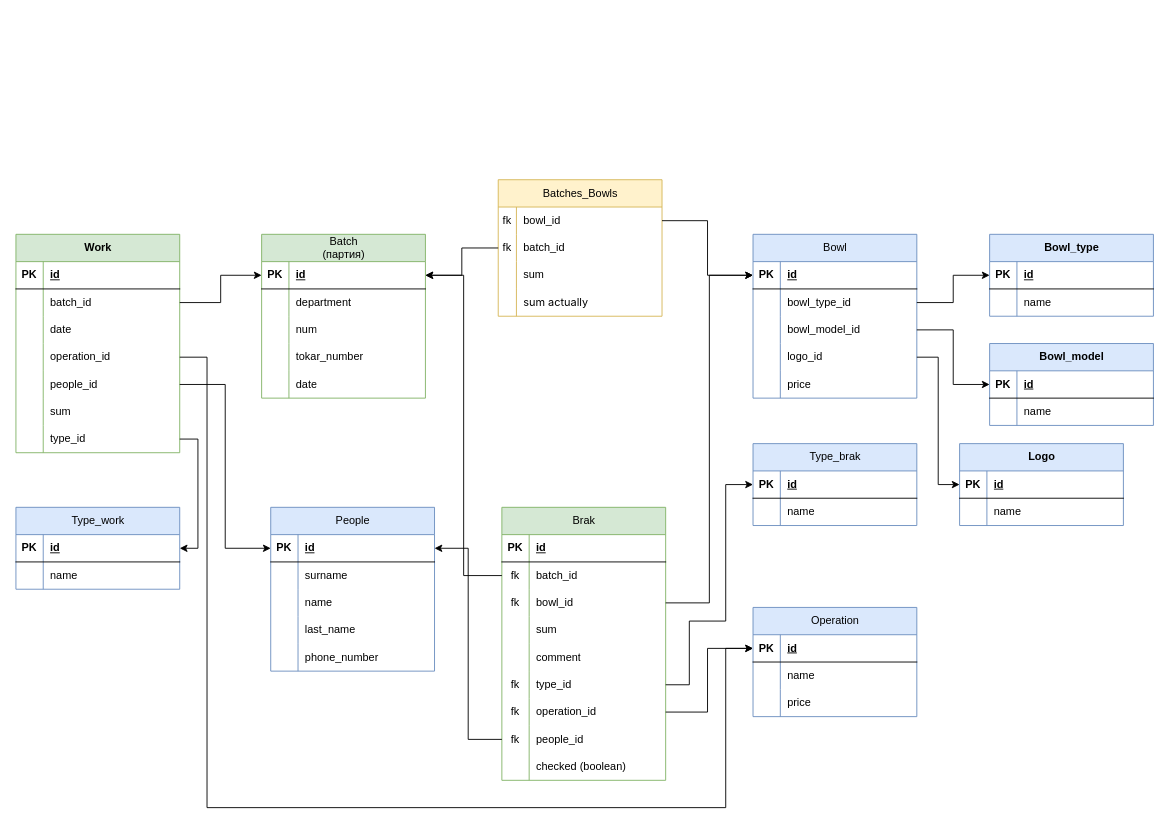
Before: CosmoCRM.drawio in OGdanik/db_diagrams, a draw.io diagram. Source tidied: cells renumbered, new cells numbered last; positions are measured from the earlier drawing's top-left corner, leaving out a move shared by most shapes. Both pictures are drawn from the tidied source at 91%, with x=0, y=0 at pixel (15, 179).
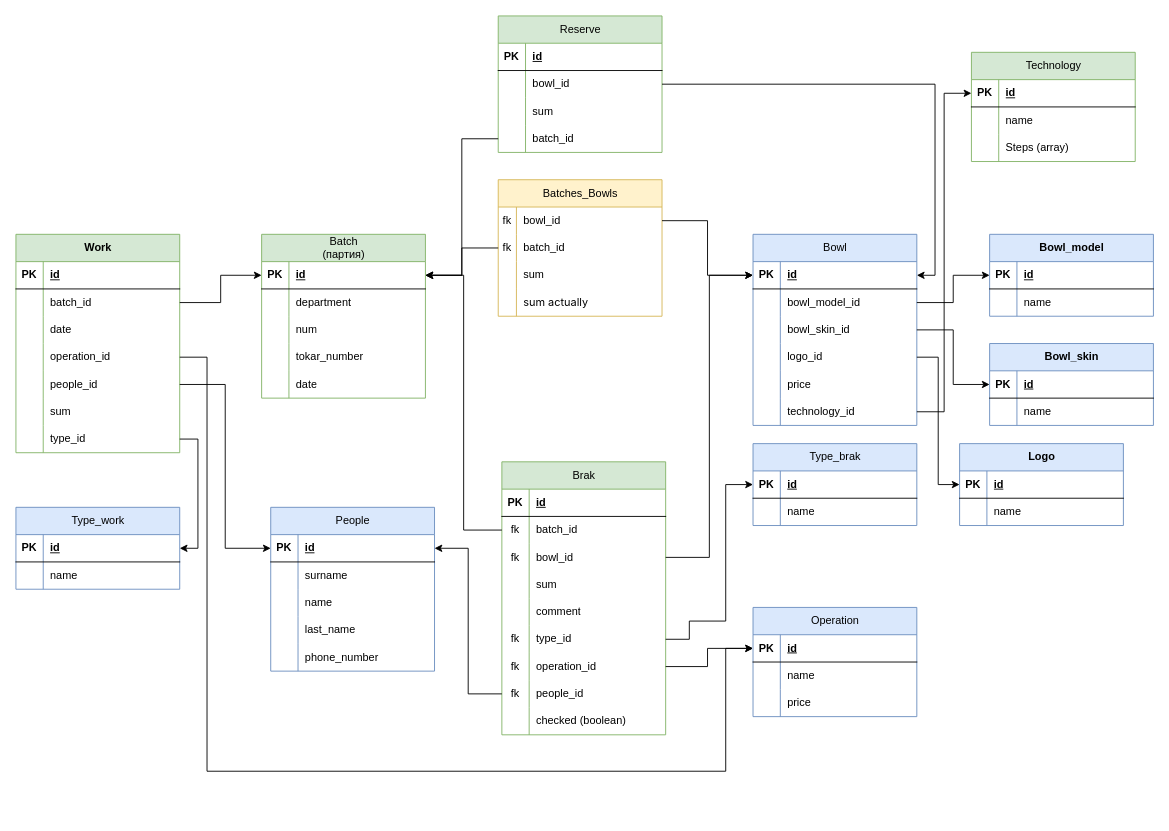
The same diagram, later.

Unchanged cells that the change refers to:
```xml
<mxCell id="3" style="shape=tableRow;horizontal=0;startSize=0;swimlaneHead=0;swimlaneBody=0;fillColor=none;points=[[0,0.5],[1,0.5]];portConstraint=eastwest;top=0;left=0;right=0;bottom=1;" parent="2" vertex="1">
  <mxGeometry y="30" width="180" height="30" as="geometry" />
</mxCell>
<mxCell id="32" style="shape=tableRow;horizontal=0;startSize=0;swimlaneHead=0;swimlaneBody=0;fillColor=none;points=[[0,0.5],[1,0.5]];portConstraint=eastwest;top=0;left=0;right=0;bottom=1;" parent="31" vertex="1">
  <mxGeometry y="30" width="180" height="30" as="geometry" />
</mxCell>
<mxCell id="35" style="shape=tableRow;horizontal=0;startSize=0;swimlaneHead=0;swimlaneBody=0;fillColor=none;points=[[0,0.5],[1,0.5]];portConstraint=eastwest;top=0;left=0;right=0;bottom=0;" parent="31" vertex="1">
  <mxGeometry y="60" width="180" height="30" as="geometry" />
</mxCell>
<mxCell id="38" style="shape=tableRow;horizontal=0;startSize=0;swimlaneHead=0;swimlaneBody=0;fillColor=none;points=[[0,0.5],[1,0.5]];portConstraint=eastwest;top=0;left=0;right=0;bottom=0;" parent="31" vertex="1">
  <mxGeometry y="90" width="180" height="30" as="geometry" />
</mxCell>
<mxCell id="65" style="shape=tableRow;horizontal=0;startSize=0;swimlaneHead=0;swimlaneBody=0;fillColor=none;points=[[0,0.5],[1,0.5]];portConstraint=eastwest;top=0;left=0;right=0;bottom=0;" parent="49" vertex="1">
  <mxGeometry y="180" width="180" height="30" as="geometry" />
</mxCell>
<mxCell id="68" style="shape=tableRow;horizontal=0;startSize=0;swimlaneHead=0;swimlaneBody=0;fillColor=none;points=[[0,0.5],[1,0.5]];portConstraint=eastwest;top=0;left=0;right=0;bottom=0;" parent="49" vertex="1">
  <mxGeometry y="210" width="180" height="30" as="geometry" />
</mxCell>
<mxCell id="80" style="shape=tableRow;horizontal=0;startSize=0;swimlaneHead=0;swimlaneBody=0;fillColor=none;points=[[0,0.5],[1,0.5]];portConstraint=eastwest;top=0;left=0;right=0;bottom=1;" parent="79" vertex="1">
  <mxGeometry y="30" width="180" height="30" as="geometry" />
</mxCell>
<mxCell id="108" style="shape=tableRow;horizontal=0;startSize=0;swimlaneHead=0;swimlaneBody=0;fillColor=none;points=[[0,0.5],[1,0.5]];portConstraint=eastwest;top=0;left=0;right=0;bottom=1;" parent="107" vertex="1">
  <mxGeometry y="30" width="180" height="30" as="geometry" />
</mxCell>
<mxCell id="125" style="shape=tableRow;horizontal=0;startSize=0;swimlaneHead=0;swimlaneBody=0;fillColor=none;points=[[0,0.5],[1,0.5]];portConstraint=eastwest;top=0;left=0;right=0;bottom=0;" parent="115" vertex="1">
  <mxGeometry y="120" width="180" height="30" as="geometry" />
</mxCell>
```

The edit, as a diff of the source:
```diff
@@
     <mxCell id="31" value="&lt;span style=&quot;font-weight: 400; text-wrap: wrap;&quot;&gt;Bowl&lt;/span&gt;" style="shape=table;startSize=30;childLayout=tableLayout;rowLines=0;fontStyle=1;align=center;html=1;fillColor=#dae8fc;strokeColor=#6c8ebf;" parent="1" vertex="1">
-      <mxGeometry x="810" y="60" width="180" height="180" as="geometry" />
+      <mxGeometry x="810" y="60" width="180" height="210" as="geometry" />
     </mxCell>
@@
-    <mxCell id="37" value="bowl_type_id" style="shape=partialRectangle;fillColor=none;top=0;left=0;bottom=0;right=0;align=left;spacingLeft=6;overflow=hidden;whiteSpace=wrap;html=1;" parent="35" vertex="1">
+    <mxCell id="37" value="bowl_model_id" style="shape=partialRectangle;fillColor=none;top=0;left=0;bottom=0;right=0;align=left;spacingLeft=6;overflow=hidden;whiteSpace=wrap;html=1;" parent="35" vertex="1">
       <mxGeometry x="30" width="150" height="30" as="geometry" />
     </mxCell>
@@
-    <mxCell id="40" value="bowl_model_id" style="shape=partialRectangle;fillColor=none;top=0;left=0;bottom=0;right=0;align=left;spacingLeft=6;overflow=hidden;whiteSpace=wrap;html=1;" parent="38" vertex="1">
+    <mxCell id="40" value="bowl_skin_id" style="shape=partialRectangle;fillColor=none;top=0;left=0;bottom=0;right=0;align=left;spacingLeft=6;overflow=hidden;whiteSpace=wrap;html=1;" parent="38" vertex="1">
       <mxGeometry x="30" width="150" height="30" as="geometry" />
     </mxCell>
@@
+    <mxCell id="172" style="shape=tableRow;horizontal=0;startSize=0;swimlaneHead=0;swimlaneBody=0;fillColor=none;top=0;left=0;right=0;bottom=0;" parent="31" vertex="1">
+      <mxGeometry y="150" width="180" height="30" as="geometry" />
+    </mxCell>
+    <mxCell id="173" style="shape=partialRectangle;fillColor=none;top=0;left=0;bottom=0;right=0;overflow=hidden;whiteSpace=wrap;html=1;" parent="172" vertex="1">
+      <mxGeometry width="30" height="30" as="geometry" />
+    </mxCell>
+    <mxCell id="174" value="price" style="shape=partialRectangle;fillColor=none;top=0;left=0;bottom=0;right=0;align=left;spacingLeft=6;overflow=hidden;whiteSpace=wrap;html=1;" parent="172" vertex="1">
+      <mxGeometry x="30" width="150" height="30" as="geometry" />
+    </mxCell>
     <mxCell id="44" style="shape=tableRow;horizontal=0;startSize=0;swimlaneHead=0;swimlaneBody=0;fillColor=none;points=[[0,0.5],[1,0.5]];portConstraint=eastwest;top=0;left=0;right=0;bottom=0;" parent="31" vertex="1">
-      <mxGeometry y="150" width="180" height="30" as="geometry" />
+      <mxGeometry y="180" width="180" height="30" as="geometry" />
     </mxCell>
@@
-    <mxCell id="46" value="price" style="shape=partialRectangle;fillColor=none;top=0;left=0;bottom=0;right=0;align=left;spacingLeft=6;overflow=hidden;whiteSpace=wrap;html=1;" parent="44" vertex="1">
+    <mxCell id="46" value="technology_id" style="shape=partialRectangle;fillColor=none;top=0;left=0;bottom=0;right=0;align=left;spacingLeft=6;overflow=hidden;whiteSpace=wrap;html=1;" parent="44" vertex="1">
       <mxGeometry x="30" width="150" height="30" as="geometry" />
     </mxCell>
@@
     <mxCell id="49" value="&lt;span style=&quot;font-weight: 400; text-wrap: wrap;&quot;&gt;Brak&lt;/span&gt;" style="shape=table;startSize=30;childLayout=tableLayout;rowLines=0;fontStyle=1;align=center;html=1;fillColor=#d5e8d4;strokeColor=#82b366;" parent="1" vertex="1">
-      <mxGeometry x="534" y="360" width="180" height="300" as="geometry" />
+      <mxGeometry x="534" y="310" width="180" height="300" as="geometry" />
     </mxCell>
@@
     <mxCell id="89" style="edgeStyle=orthogonalEdgeStyle;rounded=0;jettySize=auto;html=1;exitX=1;exitY=0.5;exitDx=0;exitDy=0;entryX=0;entryY=0.5;entryDx=0;entryDy=0;" parent="1" edge="1" source="68" target="80">
       <mxGeometry relative="1" as="geometry">
         <Array as="points">
-          <mxPoint x="760" y="585" />
+          <mxPoint x="760" y="535" />
           <mxPoint x="760" y="515" />
         </Array>
       </mxGeometry>
     </mxCell>
@@
     <mxCell id="114" style="edgeStyle=orthogonalEdgeStyle;rounded=0;jettySize=auto;html=1;entryX=0;entryY=0.5;entryDx=0;entryDy=0;exitX=1;exitY=0.5;exitDx=0;exitDy=0;" parent="1" edge="1" source="65" target="108">
       <mxGeometry relative="1" as="geometry">
         <Array as="points">
-          <mxPoint x="740" y="555" />
+          <mxPoint x="740" y="505" />
           <mxPoint x="740" y="485" />
           <mxPoint x="780" y="485" />
           <mxPoint x="780" y="335" />
         </Array>
       </mxGeometry>
     </mxCell>
@@
     <mxCell id="138" style="edgeStyle=orthogonalEdgeStyle;rounded=0;jettySize=auto;html=1;entryX=0;entryY=0.5;entryDx=0;entryDy=0;exitX=1;exitY=0.5;exitDx=0;exitDy=0;" parent="1" edge="1" source="125" target="80">
       <mxGeometry relative="1" as="geometry">
         <Array as="points">
           <mxPoint x="210" y="195" />
-          <mxPoint x="210" y="690" />
-          <mxPoint x="780" y="690" />
+          <mxPoint x="210" y="650" />
+          <mxPoint x="780" y="650" />
           <mxPoint x="780" y="515" />
         </Array>
       </mxGeometry>
     </mxCell>
@@
-    <mxCell id="148" value="Bowl_type" style="shape=table;startSize=30;childLayout=tableLayout;rowLines=0;fontStyle=1;align=center;html=1;fillColor=#dae8fc;strokeColor=#6c8ebf;" parent="1" vertex="1">
+    <mxCell id="148" value="Bowl_model" style="shape=table;startSize=30;childLayout=tableLayout;rowLines=0;fontStyle=1;align=center;html=1;fillColor=#dae8fc;strokeColor=#6c8ebf;" parent="1" vertex="1">
       <mxGeometry x="1070" y="60" width="180" height="90" as="geometry" />
     </mxCell>
@@
-    <mxCell id="156" value="Bowl_model" style="shape=table;startSize=30;childLayout=tableLayout;rowLines=0;fontStyle=1;align=center;html=1;fillColor=#dae8fc;strokeColor=#6c8ebf;" parent="1" vertex="1">
+    <mxCell id="156" value="Bowl_skin" style="shape=table;startSize=30;childLayout=tableLayout;rowLines=0;fontStyle=1;align=center;html=1;fillColor=#dae8fc;strokeColor=#6c8ebf;" parent="1" vertex="1">
       <mxGeometry x="1070" y="180" width="180" height="90" as="geometry" />
     </mxCell>
@@
+    <mxCell id="175" value="&lt;span style=&quot;font-weight: 400; text-wrap: wrap;&quot;&gt;Reserve&lt;/span&gt;" style="shape=table;startSize=30;childLayout=tableLayout;rowLines=0;fontStyle=1;align=center;html=1;fillColor=#d5e8d4;strokeColor=#82b366;" parent="1" vertex="1">
+      <mxGeometry x="530" y="-180" width="180" height="150" as="geometry" />
+    </mxCell>
+    <mxCell id="176" style="shape=tableRow;horizontal=0;startSize=0;swimlaneHead=0;swimlaneBody=0;fillColor=none;top=0;left=0;right=0;bottom=1;" parent="175" vertex="1">
+      <mxGeometry y="30" width="180" height="30" as="geometry" />
+    </mxCell>
+    <mxCell id="177" value="PK" style="shape=partialRectangle;fillColor=none;top=0;left=0;bottom=0;right=0;fontStyle=1;overflow=hidden;whiteSpace=wrap;html=1;" parent="176" vertex="1">
+      <mxGeometry width="30" height="30" as="geometry" />
+    </mxCell>
+    <mxCell id="178" value="id" style="shape=partialRectangle;fillColor=none;top=0;left=0;bottom=0;right=0;align=left;spacingLeft=6;fontStyle=5;overflow=hidden;whiteSpace=wrap;html=1;" parent="176" vertex="1">
+      <mxGeometry x="30" width="150" height="30" as="geometry" />
+    </mxCell>
+    <mxCell id="179" style="shape=tableRow;horizontal=0;startSize=0;swimlaneHead=0;swimlaneBody=0;fillColor=none;points=[[0,0.5],[1,0.5]];portConstraint=eastwest;top=0;left=0;right=0;bottom=0;" parent="175" vertex="1">
+      <mxGeometry y="60" width="180" height="30" as="geometry" />
+    </mxCell>
+    <mxCell id="180" style="shape=partialRectangle;fillColor=none;top=0;left=0;bottom=0;right=0;overflow=hidden;whiteSpace=wrap;html=1;" parent="179" vertex="1">
+      <mxGeometry width="30" height="30" as="geometry" />
+    </mxCell>
+    <mxCell id="181" value="bowl_id" style="shape=partialRectangle;fillColor=none;top=0;left=0;bottom=0;right=0;align=left;spacingLeft=6;overflow=hidden;whiteSpace=wrap;html=1;" parent="179" vertex="1">
+      <mxGeometry x="30" width="150" height="30" as="geometry" />
+    </mxCell>
+    <mxCell id="182" style="shape=tableRow;horizontal=0;startSize=0;swimlaneHead=0;swimlaneBody=0;fillColor=none;top=0;left=0;right=0;bottom=0;" parent="175" vertex="1">
+      <mxGeometry y="90" width="180" height="30" as="geometry" />
+    </mxCell>
+    <mxCell id="183" style="shape=partialRectangle;fillColor=none;top=0;left=0;bottom=0;right=0;overflow=hidden;whiteSpace=wrap;html=1;" parent="182" vertex="1">
+      <mxGeometry width="30" height="30" as="geometry" />
+    </mxCell>
+    <mxCell id="184" value="sum" style="shape=partialRectangle;fillColor=none;top=0;left=0;bottom=0;right=0;align=left;spacingLeft=6;overflow=hidden;whiteSpace=wrap;html=1;" parent="182" vertex="1">
+      <mxGeometry x="30" width="150" height="30" as="geometry" />
+    </mxCell>
+    <mxCell id="185" style="shape=tableRow;horizontal=0;startSize=0;swimlaneHead=0;swimlaneBody=0;fillColor=none;points=[[0,0.5],[1,0.5]];portConstraint=eastwest;top=0;left=0;right=0;bottom=0;" parent="175" vertex="1">
+      <mxGeometry y="120" width="180" height="30" as="geometry" />
+    </mxCell>
+    <mxCell id="186" style="shape=partialRectangle;fillColor=none;top=0;left=0;bottom=0;right=0;overflow=hidden;whiteSpace=wrap;html=1;" parent="185" vertex="1">
+      <mxGeometry width="30" height="30" as="geometry" />
+    </mxCell>
+    <mxCell id="187" value="batch_id" style="shape=partialRectangle;fillColor=none;top=0;left=0;bottom=0;right=0;align=left;spacingLeft=6;overflow=hidden;whiteSpace=wrap;html=1;" parent="185" vertex="1">
+      <mxGeometry x="30" width="150" height="30" as="geometry" />
+    </mxCell>
+    <mxCell id="188" style="edgeStyle=orthogonalEdgeStyle;rounded=0;jettySize=auto;html=1;entryX=1;entryY=0.5;entryDx=0;entryDy=0;" parent="1" edge="1" source="179" target="32">
+      <mxGeometry relative="1" as="geometry" />
+    </mxCell>
+    <mxCell id="189" value="&lt;span style=&quot;font-weight: 400; text-wrap: wrap;&quot;&gt;Technology&lt;/span&gt;" style="shape=table;startSize=30;childLayout=tableLayout;rowLines=0;fontStyle=1;align=center;html=1;fillColor=#d5e8d4;strokeColor=#82b366;" parent="1" vertex="1">
+      <mxGeometry x="1050" y="-140" width="180" height="120" as="geometry" />
+    </mxCell>
+    <mxCell id="190" style="shape=tableRow;horizontal=0;startSize=0;swimlaneHead=0;swimlaneBody=0;fillColor=none;points=[[0,0.5],[1,0.5]];portConstraint=eastwest;top=0;left=0;right=0;bottom=1;" parent="189" vertex="1">
+      <mxGeometry y="30" width="180" height="30" as="geometry" />
+    </mxCell>
+    <mxCell id="191" value="PK" style="shape=partialRectangle;fillColor=none;top=0;left=0;bottom=0;right=0;fontStyle=1;overflow=hidden;whiteSpace=wrap;html=1;" parent="190" vertex="1">
+      <mxGeometry width="30" height="30" as="geometry" />
+    </mxCell>
+    <mxCell id="192" value="id" style="shape=partialRectangle;fillColor=none;top=0;left=0;bottom=0;right=0;align=left;spacingLeft=6;fontStyle=5;overflow=hidden;whiteSpace=wrap;html=1;" parent="190" vertex="1">
+      <mxGeometry x="30" width="150" height="30" as="geometry" />
+    </mxCell>
+    <mxCell id="193" style="shape=tableRow;horizontal=0;startSize=0;swimlaneHead=0;swimlaneBody=0;fillColor=none;top=0;left=0;right=0;bottom=0;" parent="189" vertex="1">
+      <mxGeometry y="60" width="180" height="30" as="geometry" />
+    </mxCell>
+    <mxCell id="194" style="shape=partialRectangle;fillColor=none;top=0;left=0;bottom=0;right=0;overflow=hidden;whiteSpace=wrap;html=1;" parent="193" vertex="1">
+      <mxGeometry width="30" height="30" as="geometry" />
+    </mxCell>
+    <mxCell id="195" value="name" style="shape=partialRectangle;fillColor=none;top=0;left=0;bottom=0;right=0;align=left;spacingLeft=6;overflow=hidden;whiteSpace=wrap;html=1;" parent="193" vertex="1">
+      <mxGeometry x="30" width="150" height="30" as="geometry" />
+    </mxCell>
+    <mxCell id="196" style="shape=tableRow;horizontal=0;startSize=0;swimlaneHead=0;swimlaneBody=0;fillColor=none;top=0;left=0;right=0;bottom=0;" parent="189" vertex="1">
+      <mxGeometry y="90" width="180" height="30" as="geometry" />
+    </mxCell>
+    <mxCell id="197" style="shape=partialRectangle;fillColor=none;top=0;left=0;bottom=0;right=0;overflow=hidden;whiteSpace=wrap;html=1;" parent="196" vertex="1">
+      <mxGeometry width="30" height="30" as="geometry" />
+    </mxCell>
+    <mxCell id="198" value="Steps (array)" style="shape=partialRectangle;fillColor=none;top=0;left=0;bottom=0;right=0;align=left;spacingLeft=6;overflow=hidden;whiteSpace=wrap;html=1;" parent="196" vertex="1">
+      <mxGeometry x="30" width="150" height="30" as="geometry" />
+    </mxCell>
+    <mxCell id="199" style="edgeStyle=orthogonalEdgeStyle;rounded=0;jettySize=auto;html=1;entryX=1;entryY=0.5;entryDx=0;entryDy=0;" parent="1" edge="1" source="185" target="3">
+      <mxGeometry relative="1" as="geometry" />
+    </mxCell>
+    <mxCell id="200" style="edgeStyle=orthogonalEdgeStyle;rounded=0;jettySize=auto;html=1;exitX=1;exitY=0.5;exitDx=0;exitDy=0;entryX=0;entryY=0.5;entryDx=0;entryDy=0;" parent="1" edge="1" source="44" target="190">
+      <mxGeometry relative="1" as="geometry" />
+    </mxCell>
```
